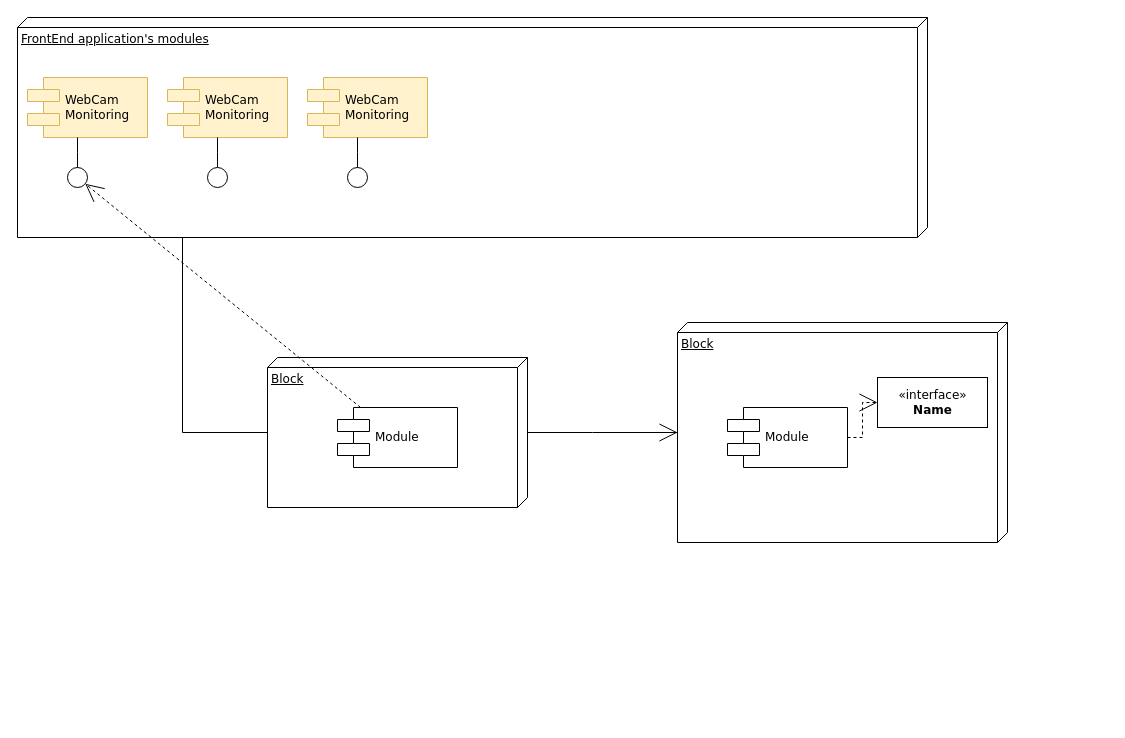
Earlier version of the draw.io diagram ComponentDiagram.drawio (BranislavMajernik/qcomp). Source tidied: cells renumbered, new cells numbered last; positions are measured from the earlier drawing's top-left corner, leaving out a move shared by most shapes. Both pictures are drawn from the tidied source at 100%, with x=0, y=0 at pixel (17, 17).
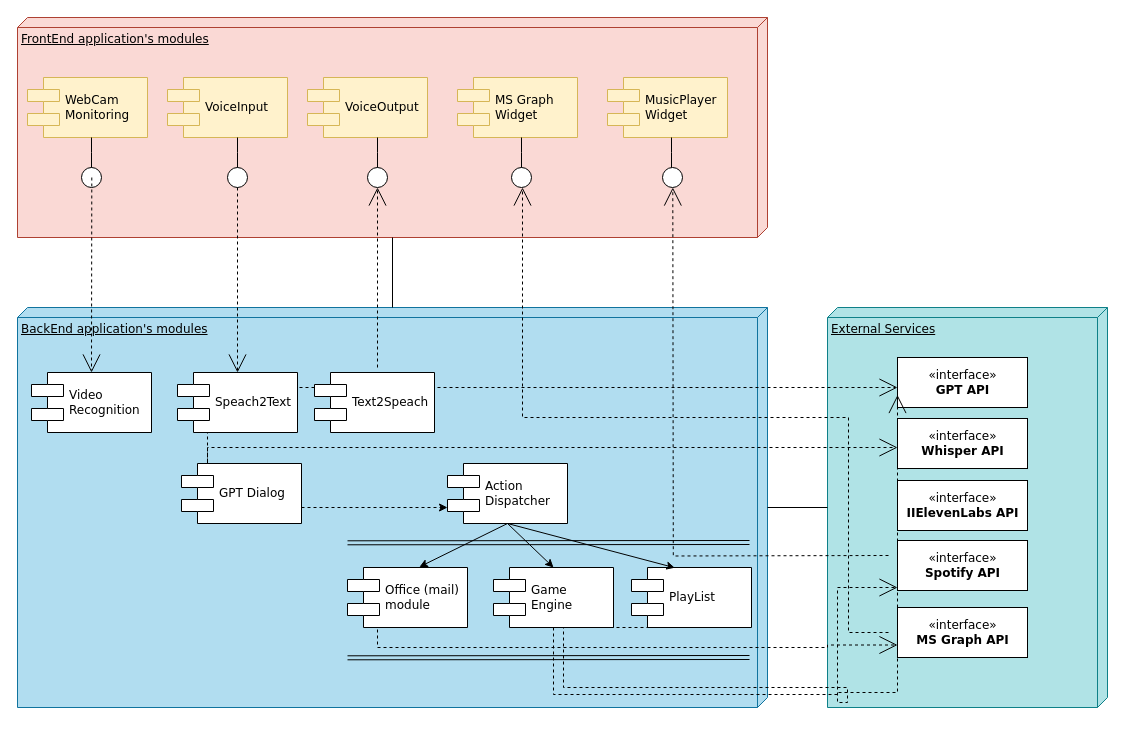
The same diagram, later.

Unchanged cells that the change refers to:
```xml
<mxCell id="5" value="WebCam&lt;br&gt;Monitoring" style="shape=component;align=left;spacingLeft=36;rounded=0;shadow=0;comic=0;labelBackgroundColor=none;strokeWidth=1;fontFamily=Verdana;fontSize=12;html=1;fillColor=#fff2cc;strokeColor=#d6b656;" parent="1" vertex="1">
  <mxGeometry x="10" y="60" width="120" height="60" as="geometry" />
</mxCell>
```

What changed in the source:
```diff
@@
-    <mxCell id="2" value="FrontEnd application's modules" style="verticalAlign=top;align=left;spacingTop=8;spacingLeft=2;spacingRight=12;shape=cube;size=10;direction=south;fontStyle=4;html=1;rounded=0;shadow=0;comic=0;labelBackgroundColor=none;strokeWidth=1;fontFamily=Verdana;fontSize=12;" parent="1" vertex="1">
-      <mxGeometry width="910" height="220" as="geometry" />
+    <mxCell id="2" value="FrontEnd application's modules" style="verticalAlign=top;align=left;spacingTop=8;spacingLeft=2;spacingRight=12;shape=cube;size=10;direction=south;fontStyle=4;html=1;rounded=0;shadow=0;comic=0;labelBackgroundColor=none;strokeWidth=1;fontFamily=Verdana;fontSize=12;fillColor=#fad9d5;strokeColor=#ae4132;" parent="1" vertex="1">
+      <mxGeometry width="750" height="220" as="geometry" />
     </mxCell>
-    <mxCell id="3" value="Block" style="verticalAlign=top;align=left;spacingTop=8;spacingLeft=2;spacingRight=12;shape=cube;size=10;direction=south;fontStyle=4;html=1;rounded=0;shadow=0;comic=0;labelBackgroundColor=none;strokeWidth=1;fontFamily=Verdana;fontSize=12;" parent="1" vertex="1">
-      <mxGeometry x="660" y="305" width="330" height="220" as="geometry" />
+    <mxCell id="3" value="External Services" style="verticalAlign=top;align=left;spacingTop=8;spacingLeft=2;spacingRight=12;shape=cube;size=10;direction=south;fontStyle=4;html=1;rounded=0;shadow=0;comic=0;labelBackgroundColor=none;strokeWidth=1;fontFamily=Verdana;fontSize=12;fillColor=#b0e3e6;strokeColor=#0e8088;" parent="1" vertex="1">
+      <mxGeometry x="810" y="290" width="280" height="400" as="geometry" />
     </mxCell>
-    <mxCell id="4" value="Block" style="verticalAlign=top;align=left;spacingTop=8;spacingLeft=2;spacingRight=12;shape=cube;size=10;direction=south;fontStyle=4;html=1;rounded=0;shadow=0;comic=0;labelBackgroundColor=none;strokeWidth=1;fontFamily=Verdana;fontSize=12;" parent="1" vertex="1">
-      <mxGeometry x="250" y="340" width="260" height="150" as="geometry" />
+    <mxCell id="4" value="BackEnd application's modules" style="verticalAlign=top;align=left;spacingTop=8;spacingLeft=2;spacingRight=12;shape=cube;size=10;direction=south;fontStyle=4;html=1;rounded=0;shadow=0;comic=0;labelBackgroundColor=none;strokeWidth=1;fontFamily=Verdana;fontSize=12;fillColor=#b1ddf0;strokeColor=#10739e;" parent="1" vertex="1">
+      <mxGeometry y="290" width="750" height="400" as="geometry" />
     </mxCell>
@@
     <mxCell id="6" style="ellipse;whiteSpace=wrap;html=1;rounded=0;shadow=0;comic=0;labelBackgroundColor=none;strokeWidth=1;fontFamily=Verdana;fontSize=12;align=center;" parent="1" vertex="1">
-      <mxGeometry x="50" y="150" width="20" height="20" as="geometry" />
+      <mxGeometry x="64" y="150" width="20" height="20" as="geometry" />
     </mxCell>
-    <mxCell id="7" value="Module" style="shape=component;align=left;spacingLeft=36;rounded=0;shadow=0;comic=0;labelBackgroundColor=none;strokeWidth=1;fontFamily=Verdana;fontSize=12;html=1;" parent="1" vertex="1">
-      <mxGeometry x="710" y="390" width="120" height="60" as="geometry" />
+    <mxCell id="7" value="GPT Dialog" style="shape=component;align=left;spacingLeft=36;rounded=0;shadow=0;comic=0;labelBackgroundColor=none;strokeWidth=1;fontFamily=Verdana;fontSize=12;html=1;" parent="1" vertex="1">
+      <mxGeometry x="164" y="446" width="120" height="60" as="geometry" />
     </mxCell>
-    <mxCell id="8" value="&amp;laquo;interface&amp;raquo;&lt;br&gt;&lt;b&gt;Name&lt;/b&gt;" style="html=1;rounded=0;shadow=0;comic=0;labelBackgroundColor=none;strokeWidth=1;fontFamily=Verdana;fontSize=12;align=center;" parent="1" vertex="1">
-      <mxGeometry x="860" y="360" width="110" height="50" as="geometry" />
+    <mxCell id="8" value="«interface»&lt;br&gt;&lt;b&gt;GPT API&lt;/b&gt;" style="html=1;rounded=0;shadow=0;comic=0;labelBackgroundColor=none;strokeWidth=1;fontFamily=Verdana;fontSize=12;align=center;" parent="1" vertex="1">
+      <mxGeometry x="880" y="340" width="130" height="50" as="geometry" />
     </mxCell>
-    <mxCell id="9" value="Module" style="shape=component;align=left;spacingLeft=36;rounded=0;shadow=0;comic=0;labelBackgroundColor=none;strokeWidth=1;fontFamily=Verdana;fontSize=12;html=1;" parent="1" vertex="1">
-      <mxGeometry x="320" y="390" width="120" height="60" as="geometry" />
+    <mxCell id="9" value="Video&lt;br&gt;Recognition" style="shape=component;align=left;spacingLeft=36;rounded=0;shadow=0;comic=0;labelBackgroundColor=none;strokeWidth=1;fontFamily=Verdana;fontSize=12;html=1;" parent="1" vertex="1">
+      <mxGeometry x="14" y="355" width="120" height="60" as="geometry" />
     </mxCell>
-    <mxCell id="10" style="edgeStyle=none;rounded=0;html=1;dashed=1;labelBackgroundColor=none;startArrow=none;startFill=0;startSize=8;endArrow=open;endFill=0;endSize=16;fontFamily=Verdana;fontSize=12;" parent="1" edge="1" source="9" target="6">
-      <mxGeometry relative="1" as="geometry" />
-    </mxCell>
-    <mxCell id="11" style="edgeStyle=none;rounded=0;html=1;dashed=1;labelBackgroundColor=none;startArrow=none;startFill=0;startSize=8;endArrow=open;endFill=0;endSize=16;fontFamily=Verdana;fontSize=12;" parent="1" edge="1" source="4" target="3">
-      <mxGeometry relative="1" as="geometry" />
-    </mxCell>
-    <mxCell id="12" style="edgeStyle=elbowEdgeStyle;rounded=0;html=1;labelBackgroundColor=none;startArrow=none;startFill=0;startSize=8;endArrow=none;endFill=0;endSize=16;fontFamily=Verdana;fontSize=12;" parent="1" edge="1" source="6" target="5">
-      <mxGeometry relative="1" as="geometry" />
+    <mxCell id="12" style="edgeStyle=elbowEdgeStyle;rounded=0;html=1;labelBackgroundColor=none;startArrow=none;startFill=0;startSize=8;endArrow=none;endFill=0;endSize=16;fontFamily=Verdana;fontSize=12;" parent="1" edge="1">
+      <mxGeometry relative="1" as="geometry">
+        <mxPoint x="74" y="150" as="sourcePoint" />
+        <mxPoint x="74" y="120" as="targetPoint" />
+      </mxGeometry>
     </mxCell>
     <mxCell id="13" style="edgeStyle=orthogonalEdgeStyle;rounded=0;html=1;dashed=1;labelBackgroundColor=none;startArrow=none;startFill=0;startSize=8;endArrow=open;endFill=0;endSize=16;fontFamily=Verdana;fontSize=12;" parent="1" edge="1" source="7" target="8">
-      <mxGeometry relative="1" as="geometry" />
+      <mxGeometry relative="1" as="geometry">
+        <Array as="points">
+          <mxPoint x="190" y="370" />
+        </Array>
+      </mxGeometry>
     </mxCell>
@@
-    <mxCell id="16" value="WebCam&lt;br&gt;Monitoring" style="shape=component;align=left;spacingLeft=36;rounded=0;shadow=0;comic=0;labelBackgroundColor=none;strokeWidth=1;fontFamily=Verdana;fontSize=12;html=1;fillColor=#fff2cc;strokeColor=#d6b656;" parent="1" vertex="1">
+    <mxCell id="16" value="VoiceOutput" style="shape=component;align=left;spacingLeft=36;rounded=0;shadow=0;comic=0;labelBackgroundColor=none;strokeWidth=1;fontFamily=Verdana;fontSize=12;html=1;fillColor=#fff2cc;strokeColor=#d6b656;" parent="1" vertex="1">
       <mxGeometry x="290" y="60" width="120" height="60" as="geometry" />
     </mxCell>
     <mxCell id="17" style="ellipse;whiteSpace=wrap;html=1;rounded=0;shadow=0;comic=0;labelBackgroundColor=none;strokeWidth=1;fontFamily=Verdana;fontSize=12;align=center;" parent="1" vertex="1">
-      <mxGeometry x="330" y="150" width="20" height="20" as="geometry" />
+      <mxGeometry x="350" y="150" width="20" height="20" as="geometry" />
     </mxCell>
-    <mxCell id="18" style="edgeStyle=elbowEdgeStyle;rounded=0;html=1;labelBackgroundColor=none;startArrow=none;startFill=0;startSize=8;endArrow=none;endFill=0;endSize=16;fontFamily=Verdana;fontSize=12;" parent="1" edge="1" source="17" target="16">
-      <mxGeometry relative="1" as="geometry" />
+    <mxCell id="18" style="edgeStyle=elbowEdgeStyle;rounded=0;html=1;labelBackgroundColor=none;startArrow=none;startFill=0;startSize=8;endArrow=none;endFill=0;endSize=16;fontFamily=Verdana;fontSize=12;" parent="1" edge="1">
+      <mxGeometry relative="1" as="geometry">
+        <mxPoint x="360" y="150" as="sourcePoint" />
+        <mxPoint x="360" y="120" as="targetPoint" />
+      </mxGeometry>
     </mxCell>
-    <mxCell id="19" value="WebCam&lt;br&gt;Monitoring" style="shape=component;align=left;spacingLeft=36;rounded=0;shadow=0;comic=0;labelBackgroundColor=none;strokeWidth=1;fontFamily=Verdana;fontSize=12;html=1;fillColor=#fff2cc;strokeColor=#d6b656;" parent="1" vertex="1">
+    <mxCell id="19" value="VoiceInput" style="shape=component;align=left;spacingLeft=36;rounded=0;shadow=0;comic=0;labelBackgroundColor=none;strokeWidth=1;fontFamily=Verdana;fontSize=12;html=1;fillColor=#fff2cc;strokeColor=#d6b656;" parent="1" vertex="1">
       <mxGeometry x="150" y="60" width="120" height="60" as="geometry" />
     </mxCell>
     <mxCell id="20" style="ellipse;whiteSpace=wrap;html=1;rounded=0;shadow=0;comic=0;labelBackgroundColor=none;strokeWidth=1;fontFamily=Verdana;fontSize=12;align=center;" parent="1" vertex="1">
-      <mxGeometry x="190" y="150" width="20" height="20" as="geometry" />
+      <mxGeometry x="210" y="150" width="20" height="20" as="geometry" />
     </mxCell>
-    <mxCell id="21" style="edgeStyle=elbowEdgeStyle;rounded=0;html=1;labelBackgroundColor=none;startArrow=none;startFill=0;startSize=8;endArrow=none;endFill=0;endSize=16;fontFamily=Verdana;fontSize=12;" parent="1" edge="1" source="20" target="19">
-      <mxGeometry relative="1" as="geometry" />
+    <mxCell id="21" style="edgeStyle=elbowEdgeStyle;rounded=0;html=1;labelBackgroundColor=none;startArrow=none;startFill=0;startSize=8;endArrow=none;endFill=0;endSize=16;fontFamily=Verdana;fontSize=12;" parent="1" edge="1">
+      <mxGeometry relative="1" as="geometry">
+        <mxPoint x="220" y="150" as="sourcePoint" />
+        <mxPoint x="220" y="120" as="targetPoint" />
+      </mxGeometry>
     </mxCell>
+    <mxCell id="22" value="MS Graph&lt;br&gt;Widget" style="shape=component;align=left;spacingLeft=36;rounded=0;shadow=0;comic=0;labelBackgroundColor=none;strokeWidth=1;fontFamily=Verdana;fontSize=12;html=1;fillColor=#fff2cc;strokeColor=#d6b656;" parent="1" vertex="1">
+      <mxGeometry x="440" y="60" width="120" height="60" as="geometry" />
+    </mxCell>
+    <mxCell id="23" style="ellipse;whiteSpace=wrap;html=1;rounded=0;shadow=0;comic=0;labelBackgroundColor=none;strokeWidth=1;fontFamily=Verdana;fontSize=12;align=center;" parent="1" vertex="1">
+      <mxGeometry x="494" y="150" width="20" height="20" as="geometry" />
+    </mxCell>
+    <mxCell id="24" style="edgeStyle=elbowEdgeStyle;rounded=0;html=1;labelBackgroundColor=none;startArrow=none;startFill=0;startSize=8;endArrow=none;endFill=0;endSize=16;fontFamily=Verdana;fontSize=12;" parent="1" edge="1">
+      <mxGeometry relative="1" as="geometry">
+        <mxPoint x="504" y="150" as="sourcePoint" />
+        <mxPoint x="504" y="120" as="targetPoint" />
+      </mxGeometry>
+    </mxCell>
+    <mxCell id="25" value="MusicPlayer&lt;br&gt;Widget" style="shape=component;align=left;spacingLeft=36;rounded=0;shadow=0;comic=0;labelBackgroundColor=none;strokeWidth=1;fontFamily=Verdana;fontSize=12;html=1;fillColor=#fff2cc;strokeColor=#d6b656;" parent="1" vertex="1">
+      <mxGeometry x="590" y="60" width="120" height="60" as="geometry" />
+    </mxCell>
+    <mxCell id="26" style="ellipse;whiteSpace=wrap;html=1;rounded=0;shadow=0;comic=0;labelBackgroundColor=none;strokeWidth=1;fontFamily=Verdana;fontSize=12;align=center;" parent="1" vertex="1">
+      <mxGeometry x="645" y="150" width="20" height="20" as="geometry" />
+    </mxCell>
+    <mxCell id="27" style="edgeStyle=elbowEdgeStyle;rounded=0;html=1;labelBackgroundColor=none;startArrow=none;startFill=0;startSize=8;endArrow=none;endFill=0;endSize=16;fontFamily=Verdana;fontSize=12;" parent="1" edge="1">
+      <mxGeometry relative="1" as="geometry">
+        <mxPoint x="654" y="150" as="sourcePoint" />
+        <mxPoint x="654" y="120" as="targetPoint" />
+      </mxGeometry>
+    </mxCell>
+    <mxCell id="28" value="Speach2Text" style="shape=component;align=left;spacingLeft=36;rounded=0;shadow=0;comic=0;labelBackgroundColor=none;strokeWidth=1;fontFamily=Verdana;fontSize=12;html=1;" parent="1" vertex="1">
+      <mxGeometry x="160" y="355" width="120" height="60" as="geometry" />
+    </mxCell>
+    <mxCell id="29" style="edgeStyle=none;rounded=0;html=1;dashed=1;labelBackgroundColor=none;startArrow=none;startFill=0;startSize=8;endArrow=open;endFill=0;endSize=16;fontFamily=Verdana;fontSize=12;exitX=0.5;exitY=1;exitDx=0;exitDy=0;" parent="1" edge="1" source="20" target="28">
+      <mxGeometry relative="1" as="geometry" />
+    </mxCell>
+    <mxCell id="30" style="edgeStyle=none;rounded=0;html=1;dashed=1;labelBackgroundColor=none;startArrow=none;startFill=0;startSize=8;endArrow=open;endFill=0;endSize=16;fontFamily=Verdana;fontSize=12;exitX=0.5;exitY=1;exitDx=0;exitDy=0;entryX=0.5;entryY=0;entryDx=0;entryDy=0;" parent="1" edge="1" target="9">
+      <mxGeometry relative="1" as="geometry">
+        <mxPoint x="74.3" y="160" as="sourcePoint" />
+      </mxGeometry>
+    </mxCell>
+    <mxCell id="31" value="Text2Speach" style="shape=component;align=left;spacingLeft=36;rounded=0;shadow=0;comic=0;labelBackgroundColor=none;strokeWidth=1;fontFamily=Verdana;fontSize=12;html=1;" parent="1" vertex="1">
+      <mxGeometry x="297" y="355" width="120" height="60" as="geometry" />
+    </mxCell>
+    <mxCell id="32" value="«interface»&lt;br&gt;&lt;b&gt;Whisper API&lt;/b&gt;" style="html=1;rounded=0;shadow=0;comic=0;labelBackgroundColor=none;strokeWidth=1;fontFamily=Verdana;fontSize=12;align=center;" parent="1" vertex="1">
+      <mxGeometry x="880" y="401" width="130" height="50" as="geometry" />
+    </mxCell>
+    <mxCell id="33" value="«interface»&lt;br&gt;&lt;b&gt;IIElevenLabs API&lt;/b&gt;" style="html=1;rounded=0;shadow=0;comic=0;labelBackgroundColor=none;strokeWidth=1;fontFamily=Verdana;fontSize=12;align=center;" parent="1" vertex="1">
+      <mxGeometry x="880" y="463" width="130" height="50" as="geometry" />
+    </mxCell>
+    <mxCell id="34" value="«interface»&lt;br&gt;&lt;b&gt;Spotify API&lt;/b&gt;" style="html=1;rounded=0;shadow=0;comic=0;labelBackgroundColor=none;strokeWidth=1;fontFamily=Verdana;fontSize=12;align=center;" parent="1" vertex="1">
+      <mxGeometry x="880" y="523" width="130" height="50" as="geometry" />
+    </mxCell>
+    <mxCell id="35" value="«interface»&lt;br&gt;&lt;b&gt;MS Graph API&lt;/b&gt;" style="html=1;rounded=0;shadow=0;comic=0;labelBackgroundColor=none;strokeWidth=1;fontFamily=Verdana;fontSize=12;align=center;" parent="1" vertex="1">
+      <mxGeometry x="880" y="590" width="130" height="50" as="geometry" />
+    </mxCell>
+    <mxCell id="36" value="Action&lt;br&gt;Dispatcher" style="shape=component;align=left;spacingLeft=36;rounded=0;shadow=0;comic=0;labelBackgroundColor=none;strokeWidth=1;fontFamily=Verdana;fontSize=12;html=1;" parent="1" vertex="1">
+      <mxGeometry x="430" y="446" width="120" height="60" as="geometry" />
+    </mxCell>
+    <mxCell id="37" value="Office (mail)&lt;br&gt;module" style="shape=component;align=left;spacingLeft=36;rounded=0;shadow=0;comic=0;labelBackgroundColor=none;strokeWidth=1;fontFamily=Verdana;fontSize=12;html=1;" parent="1" vertex="1">
+      <mxGeometry x="330" y="550" width="120" height="60" as="geometry" />
+    </mxCell>
+    <mxCell id="38" value="Game&lt;br&gt;Engine" style="shape=component;align=left;spacingLeft=36;rounded=0;shadow=0;comic=0;labelBackgroundColor=none;strokeWidth=1;fontFamily=Verdana;fontSize=12;html=1;" parent="1" vertex="1">
+      <mxGeometry x="476" y="550" width="120" height="60" as="geometry" />
+    </mxCell>
+    <mxCell id="39" value="PlayList" style="shape=component;align=left;spacingLeft=36;rounded=0;shadow=0;comic=0;labelBackgroundColor=none;strokeWidth=1;fontFamily=Verdana;fontSize=12;html=1;" parent="1" vertex="1">
+      <mxGeometry x="614" y="550" width="120" height="60" as="geometry" />
+    </mxCell>
+    <mxCell id="40" style="shape=link;html=1;rounded=0;" parent="1" edge="1">
+      <mxGeometry relative="1" as="geometry">
+        <mxPoint x="330" y="525.3" as="sourcePoint" />
+        <mxPoint x="732" y="525" as="targetPoint" />
+      </mxGeometry>
+    </mxCell>
+    <mxCell id="41" style="shape=link;html=1;rounded=0;" parent="1" edge="1">
+      <mxGeometry relative="1" as="geometry">
+        <mxPoint x="330" y="640.3" as="sourcePoint" />
+        <mxPoint x="732" y="640" as="targetPoint" />
+      </mxGeometry>
+    </mxCell>
+    <mxCell id="42" style="endArrow=classic;html=1;rounded=0;dashed=1;" parent="1" edge="1">
+      <mxGeometry relative="1" as="geometry">
+        <mxPoint x="284" y="490" as="sourcePoint" />
+        <mxPoint x="430" y="490" as="targetPoint" />
+      </mxGeometry>
+    </mxCell>
+    <mxCell id="43" style="edgeStyle=orthogonalEdgeStyle;rounded=0;html=1;dashed=1;labelBackgroundColor=none;startArrow=none;startFill=0;startSize=8;endArrow=open;endFill=0;endSize=16;fontFamily=Verdana;fontSize=12;exitX=0.25;exitY=0;exitDx=0;exitDy=0;" parent="1" edge="1" source="7">
+      <mxGeometry relative="1" as="geometry">
+        <mxPoint x="880" y="430" as="targetPoint" />
+        <Array as="points">
+          <mxPoint x="190" y="446" />
+          <mxPoint x="190" y="430" />
+        </Array>
+      </mxGeometry>
+    </mxCell>
+    <mxCell id="44" style="edgeStyle=none;rounded=0;html=1;dashed=1;labelBackgroundColor=none;startArrow=none;startFill=0;startSize=8;endArrow=open;endFill=0;endSize=16;fontFamily=Verdana;fontSize=12;entryX=0.5;entryY=1;entryDx=0;entryDy=0;" parent="1" edge="1" target="17">
+      <mxGeometry relative="1" as="geometry">
+        <mxPoint x="360" y="350" as="sourcePoint" />
+      </mxGeometry>
+    </mxCell>
+    <mxCell id="45" style="edgeStyle=orthogonalEdgeStyle;rounded=0;html=1;dashed=1;labelBackgroundColor=none;startArrow=none;startFill=0;startSize=8;endArrow=open;endFill=0;endSize=16;fontFamily=Verdana;fontSize=12;entryX=0.5;entryY=1;entryDx=0;entryDy=0;exitX=0;exitY=0.5;exitDx=0;exitDy=0;" parent="1" edge="1">
+      <mxGeometry relative="1" as="geometry">
+        <mxPoint x="871" y="615" as="sourcePoint" />
+        <mxPoint x="505" y="170" as="targetPoint" />
+        <Array as="points">
+          <mxPoint x="831" y="615" />
+          <mxPoint x="831" y="400" />
+          <mxPoint x="505" y="400" />
+        </Array>
+      </mxGeometry>
+    </mxCell>
+    <mxCell id="46" style="edgeStyle=orthogonalEdgeStyle;rounded=0;html=1;dashed=1;labelBackgroundColor=none;startArrow=none;startFill=0;startSize=8;endArrow=open;endFill=0;endSize=16;fontFamily=Verdana;fontSize=12;entryX=0.5;entryY=1;entryDx=0;entryDy=0;exitX=0;exitY=0.5;exitDx=0;exitDy=0;" parent="1" edge="1">
+      <mxGeometry relative="1" as="geometry">
+        <mxPoint x="871" y="538" as="sourcePoint" />
+        <mxPoint x="655.3" y="170" as="targetPoint" />
+      </mxGeometry>
+    </mxCell>
+    <mxCell id="47" style="endArrow=classic;html=1;rounded=0;exitX=0.5;exitY=1;exitDx=0;exitDy=0;entryX=0.599;entryY=-0.009;entryDx=0;entryDy=0;entryPerimeter=0;" parent="1" edge="1" source="36" target="37">
+      <mxGeometry relative="1" as="geometry" />
+    </mxCell>
+    <mxCell id="48" style="endArrow=classic;html=1;rounded=0;exitX=0.5;exitY=1;exitDx=0;exitDy=0;entryX=0.5;entryY=0;entryDx=0;entryDy=0;" parent="1" edge="1" source="36" target="38">
+      <mxGeometry relative="1" as="geometry" />
+    </mxCell>
+    <mxCell id="49" style="endArrow=classic;html=1;rounded=0;exitX=0.5;exitY=1;exitDx=0;exitDy=0;entryX=0.361;entryY=0.004;entryDx=0;entryDy=0;entryPerimeter=0;" parent="1" edge="1" source="36" target="39">
+      <mxGeometry relative="1" as="geometry" />
+    </mxCell>
+    <mxCell id="50" style="edgeStyle=orthogonalEdgeStyle;rounded=0;html=1;dashed=1;labelBackgroundColor=none;startArrow=none;startFill=0;startSize=8;endArrow=open;endFill=0;endSize=16;fontFamily=Verdana;fontSize=12;exitX=0.25;exitY=0;exitDx=0;exitDy=0;entryX=0;entryY=0.75;entryDx=0;entryDy=0;" parent="1" edge="1" target="35">
+      <mxGeometry relative="1" as="geometry">
+        <mxPoint x="364" y="610" as="sourcePoint" />
+        <Array as="points">
+          <mxPoint x="360" y="610" />
+          <mxPoint x="360" y="630" />
+          <mxPoint x="810" y="630" />
+          <mxPoint x="810" y="628" />
+        </Array>
+      </mxGeometry>
+    </mxCell>
+    <mxCell id="51" style="edgeStyle=orthogonalEdgeStyle;rounded=0;html=1;dashed=1;labelBackgroundColor=none;startArrow=none;startFill=0;startSize=8;endArrow=open;endFill=0;endSize=16;fontFamily=Verdana;fontSize=12;entryX=0;entryY=0.75;entryDx=0;entryDy=0;exitX=0.5;exitY=1;exitDx=0;exitDy=0;" parent="1" edge="1" source="38" target="8">
+      <mxGeometry relative="1" as="geometry">
+        <Array as="points">
+          <mxPoint x="536" y="677" />
+          <mxPoint x="820" y="677" />
+          <mxPoint x="820" y="675" />
+          <mxPoint x="880" y="675" />
+        </Array>
+      </mxGeometry>
+    </mxCell>
+    <mxCell id="52" style="edgeStyle=orthogonalEdgeStyle;rounded=0;html=1;dashed=1;labelBackgroundColor=none;startArrow=none;startFill=0;startSize=8;endArrow=open;endFill=0;endSize=16;fontFamily=Verdana;fontSize=12;exitX=0.5;exitY=1;exitDx=0;exitDy=0;" parent="1" edge="1" source="39">
+      <mxGeometry relative="1" as="geometry">
+        <mxPoint x="880" y="570" as="targetPoint" />
+        <Array as="points">
+          <mxPoint x="546" y="610" />
+          <mxPoint x="546" y="670" />
+          <mxPoint x="830" y="670" />
+          <mxPoint x="830" y="685" />
+          <mxPoint x="820" y="685" />
+          <mxPoint x="820" y="570" />
+        </Array>
+      </mxGeometry>
+    </mxCell>
```
